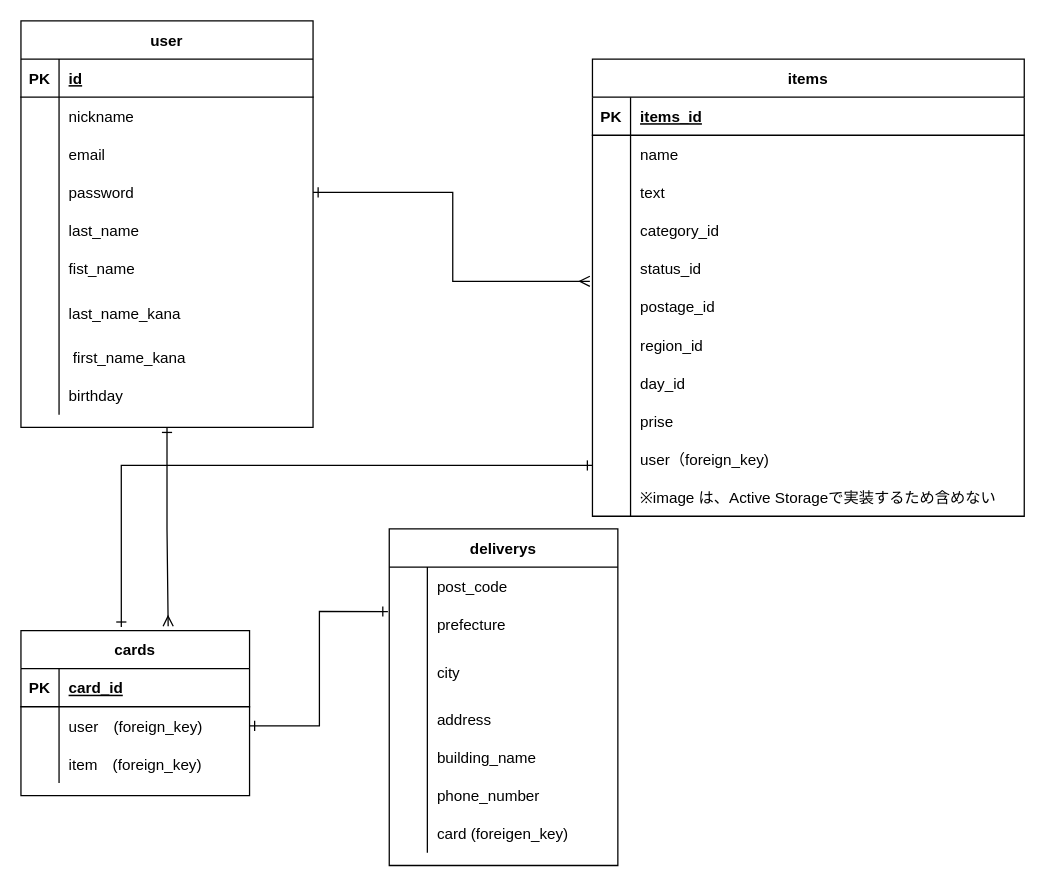
Before: furima.dio in hiromikagawa/furima-36904, a draw.io diagram. Source tidied: cells renumbered, new cells numbered last; positions are measured from the earlier drawing's top-left corner, leaving out a move shared by most shapes. Both pictures are drawn from the tidied source at 127%, with x=0, y=0 at pixel (20, 20).
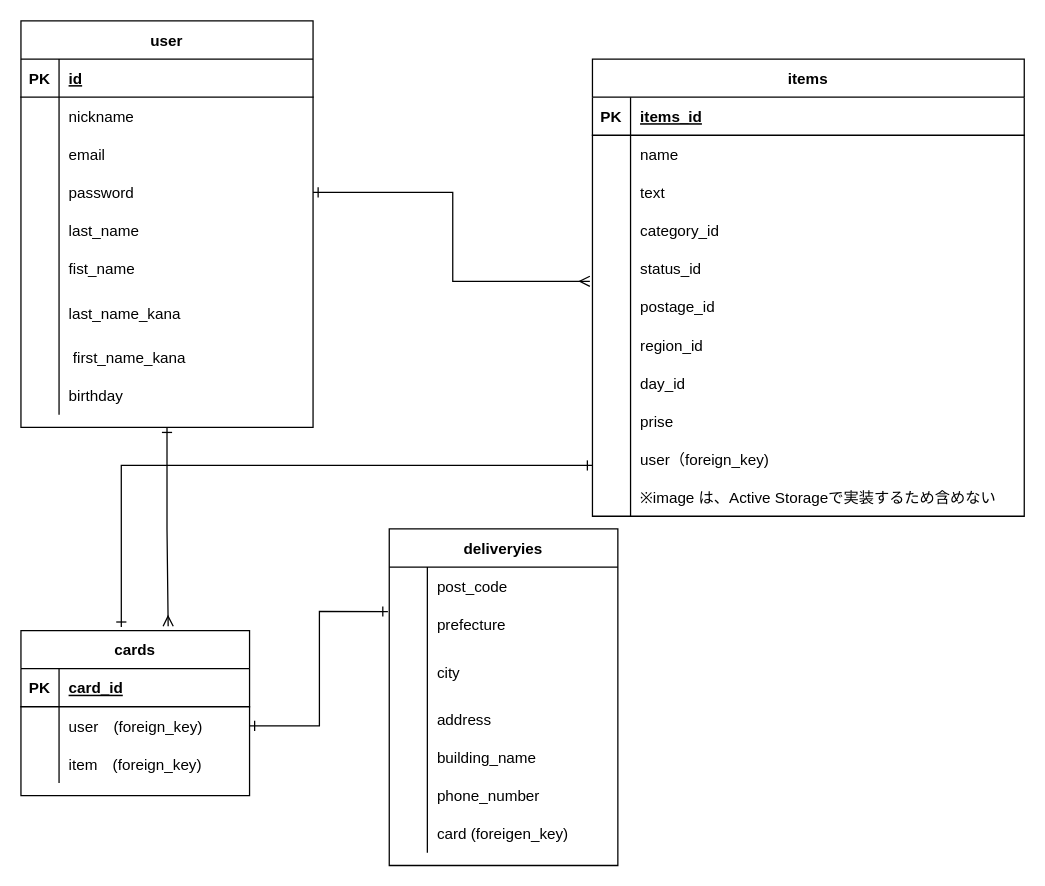
After the change.

The edit, as a diff of the source:
```diff
@@
-    <mxCell id="75" value="deliverys" style="shape=table;startSize=30;childLayout=tableLayout;rowLines=0;fontStyle=1;align=center;fillColor=none;" parent="1" vertex="1">
+    <mxCell id="75" value="deliveryies" style="shape=table;startSize=30;childLayout=tableLayout;rowLines=0;fontStyle=1;align=center;fillColor=none;" parent="1" vertex="1">
       <mxGeometry x="290" y="400" width="180" height="265" as="geometry" />
     </mxCell>
```
